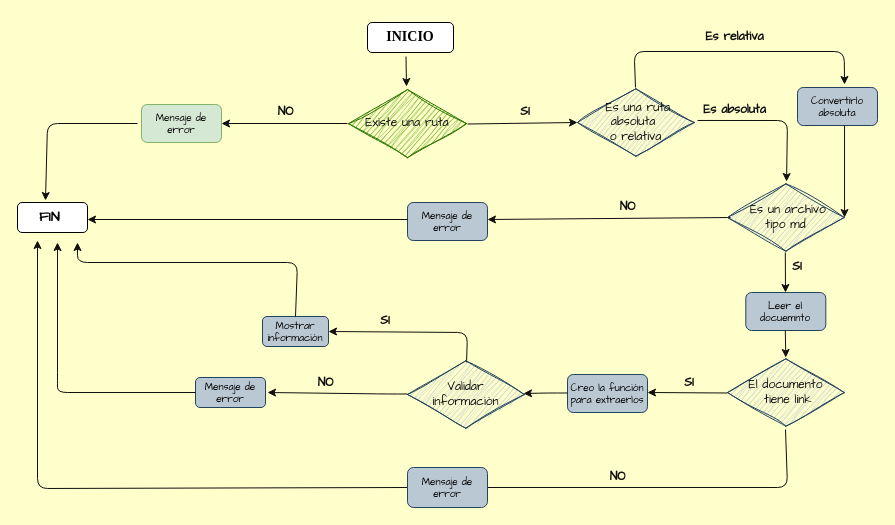
Before: diagram.drawio in ErikaSuesca/DEV002-md-links, a draw.io diagram. Source tidied: cells renumbered, new cells numbered last; positions are measured from the earlier drawing's top-left corner, leaving out a move shared by most shapes. Both pictures are drawn from the tidied source at 100%, with x=0, y=0 at pixel (17, 22).
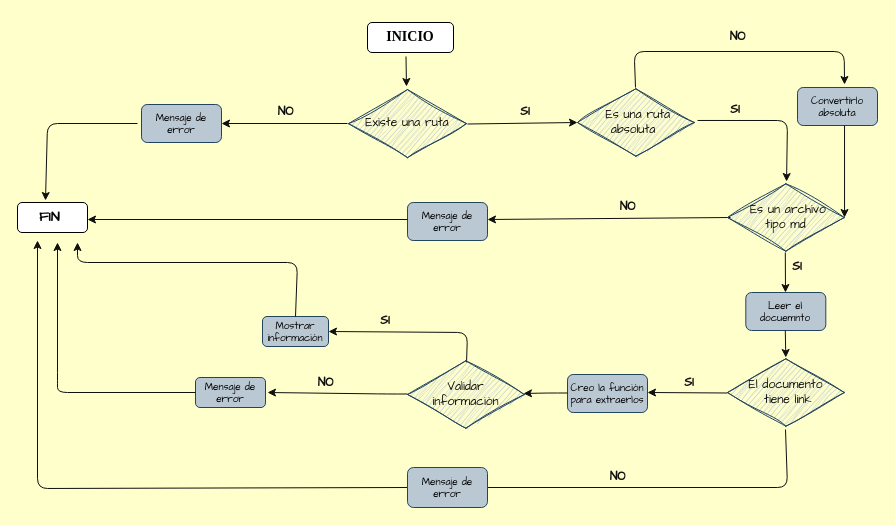
Above is the later version.

Diff of the diagram source:
```diff
@@
-    <mxCell id="9" value="Mensaje de error" style="rounded=1;whiteSpace=wrap;html=1;fontFamily=Comic Sans MS;fontSize=10;align=center;fillColor=#d5e8d4;strokeColor=#82b366;fontColor=#000000;" parent="1" vertex="1">
+    <mxCell id="9" value="Mensaje de error" style="rounded=1;whiteSpace=wrap;html=1;fontFamily=Comic Sans MS;fontSize=10;align=center;fillColor=#bac8d3;strokeColor=#23445d;fontColor=#000000;" parent="1" vertex="1">
       <mxGeometry x="124" y="82" width="80" height="38" as="geometry" />
     </mxCell>
@@
-    <mxCell id="29" value="&lt;div style=&quot;&quot;&gt;&lt;font color=&quot;#0f0f0f&quot;&gt;&lt;br&gt;&lt;/font&gt;&lt;/div&gt;&lt;span style=&quot;border-color: rgb(0, 0, 0); font-family: &amp;quot;Comic Sans MS&amp;quot;; font-size: 12px; font-style: normal; font-variant-ligatures: normal; font-variant-caps: normal; letter-spacing: normal; orphans: 2; text-indent: 0px; text-transform: none; widows: 2; word-spacing: 0px; -webkit-text-stroke-width: 0px; background-color: rgb(42, 37, 47); text-decoration-thickness: initial; text-decoration-style: initial; text-decoration-color: initial;&quot;&gt;&lt;div style=&quot;&quot;&gt;&lt;font color=&quot;#0f0f0f&quot;&gt;Existe una ruta&lt;/font&gt;&lt;/div&gt;&lt;/span&gt;&lt;div style=&quot;&quot;&gt;&lt;br&gt;&lt;/div&gt;" style="html=1;whiteSpace=wrap;shape=isoRectangle;sketch=1;hachureGap=4;jiggle=2;curveFitting=1;fontFamily=Comic Sans MS;fontSize=12;align=center;fillColor=#60a917;strokeColor=#2D7600;fontColor=#ffffff;" parent="1" vertex="1">
+    <mxCell id="29" value="&lt;div style=&quot;&quot;&gt;&lt;font color=&quot;#0f0f0f&quot;&gt;&lt;br&gt;&lt;/font&gt;&lt;/div&gt;&lt;span style=&quot;border-color: rgb(0, 0, 0); font-family: &amp;quot;Comic Sans MS&amp;quot;; font-size: 12px; font-style: normal; font-variant-ligatures: normal; font-variant-caps: normal; letter-spacing: normal; orphans: 2; text-indent: 0px; text-transform: none; widows: 2; word-spacing: 0px; -webkit-text-stroke-width: 0px; background-color: rgb(42, 37, 47); text-decoration-thickness: initial; text-decoration-style: initial; text-decoration-color: initial;&quot;&gt;&lt;div style=&quot;&quot;&gt;&lt;font color=&quot;#0f0f0f&quot;&gt;Existe una ruta&lt;/font&gt;&lt;/div&gt;&lt;/span&gt;&lt;div style=&quot;&quot;&gt;&lt;br&gt;&lt;/div&gt;" style="html=1;whiteSpace=wrap;shape=isoRectangle;sketch=1;hachureGap=4;jiggle=2;curveFitting=1;fontFamily=Comic Sans MS;fontSize=12;align=center;fillColor=#bac8d3;strokeColor=#23445d;" parent="1" vertex="1">
       <mxGeometry x="331" y="65.7" width="118" height="70.8" as="geometry" />
     </mxCell>
-    <mxCell id="30" value="&lt;div style=&quot;&quot;&gt;&lt;font color=&quot;#0f0f0f&quot;&gt;&amp;nbsp; Es una&lt;/font&gt;&lt;span style=&quot;color: rgb(15, 15, 15); background-color: initial;&quot;&gt;&amp;nbsp;ruta&amp;nbsp;&lt;/span&gt;&lt;/div&gt;&lt;div style=&quot;&quot;&gt;&lt;font color=&quot;#0f0f0f&quot;&gt;absoluta&amp;nbsp;&lt;/font&gt;&lt;/div&gt;&lt;div style=&quot;&quot;&gt;&lt;font color=&quot;#0f0f0f&quot;&gt;o relativa&lt;/font&gt;&lt;/div&gt;" style="html=1;whiteSpace=wrap;shape=isoRectangle;sketch=1;hachureGap=4;jiggle=2;curveFitting=1;fontFamily=Comic Sans MS;fontSize=12;align=center;fillColor=#bac8d3;strokeColor=#23445d;" parent="1" vertex="1">
+    <mxCell id="30" value="&lt;div style=&quot;&quot;&gt;&lt;font color=&quot;#0f0f0f&quot;&gt;&amp;nbsp; Es una&lt;/font&gt;&lt;span style=&quot;color: rgb(15, 15, 15); background-color: initial;&quot;&gt;&amp;nbsp;ruta&amp;nbsp;&lt;/span&gt;&lt;/div&gt;&lt;div style=&quot;&quot;&gt;&lt;font color=&quot;#0f0f0f&quot;&gt;absoluta&amp;nbsp;&lt;/font&gt;&lt;/div&gt;" style="html=1;whiteSpace=wrap;shape=isoRectangle;sketch=1;hachureGap=4;jiggle=2;curveFitting=1;fontFamily=Comic Sans MS;fontSize=12;align=center;fillColor=#bac8d3;strokeColor=#23445d;" parent="1" vertex="1">
       <mxGeometry x="560" y="65" width="116.7" height="70" as="geometry" />
     </mxCell>
@@
-    <mxCell id="32" value="&lt;b&gt;Es relativa&lt;/b&gt;" style="text;html=1;align=center;verticalAlign=middle;strokeColor=none;fillColor=none;fontSize=12;fontFamily=Comic Sans MS;fontColor=#0F0F0F;sketch=1;hachureGap=4;jiggle=2;curveFitting=1;" parent="1" vertex="1">
-      <mxGeometry x="672" width="90" height="30" as="geometry" />
-    </mxCell>
-    <mxCell id="33" value="&lt;b&gt;Es absoluta&lt;/b&gt;" style="text;html=1;align=center;verticalAlign=middle;strokeColor=none;fillColor=none;fontSize=12;fontFamily=Comic Sans MS;fontColor=#0F0F0F;sketch=1;hachureGap=4;jiggle=2;curveFitting=1;" parent="1" vertex="1">
-      <mxGeometry x="672" y="73" width="90" height="30" as="geometry" />
-    </mxCell>
@@
+    <mxCell id="46" value="&lt;b&gt;SI&amp;nbsp;&lt;/b&gt;" style="text;html=1;align=center;verticalAlign=middle;strokeColor=none;fillColor=none;fontSize=12;fontFamily=Comic Sans MS;fontColor=#0F0F0F;sketch=1;hachureGap=4;jiggle=2;curveFitting=1;" parent="1" vertex="1">
+      <mxGeometry x="700" y="73" width="40" height="30" as="geometry" />
+    </mxCell>
+    <mxCell id="47" value="&lt;b&gt;NO&lt;/b&gt;" style="text;html=1;align=center;verticalAlign=middle;strokeColor=none;fillColor=none;fontSize=12;fontFamily=Comic Sans MS;fontColor=#0F0F0F;sketch=1;hachureGap=4;jiggle=2;curveFitting=1;" parent="1" vertex="1">
+      <mxGeometry x="700" width="40" height="30" as="geometry" />
+    </mxCell>
```
